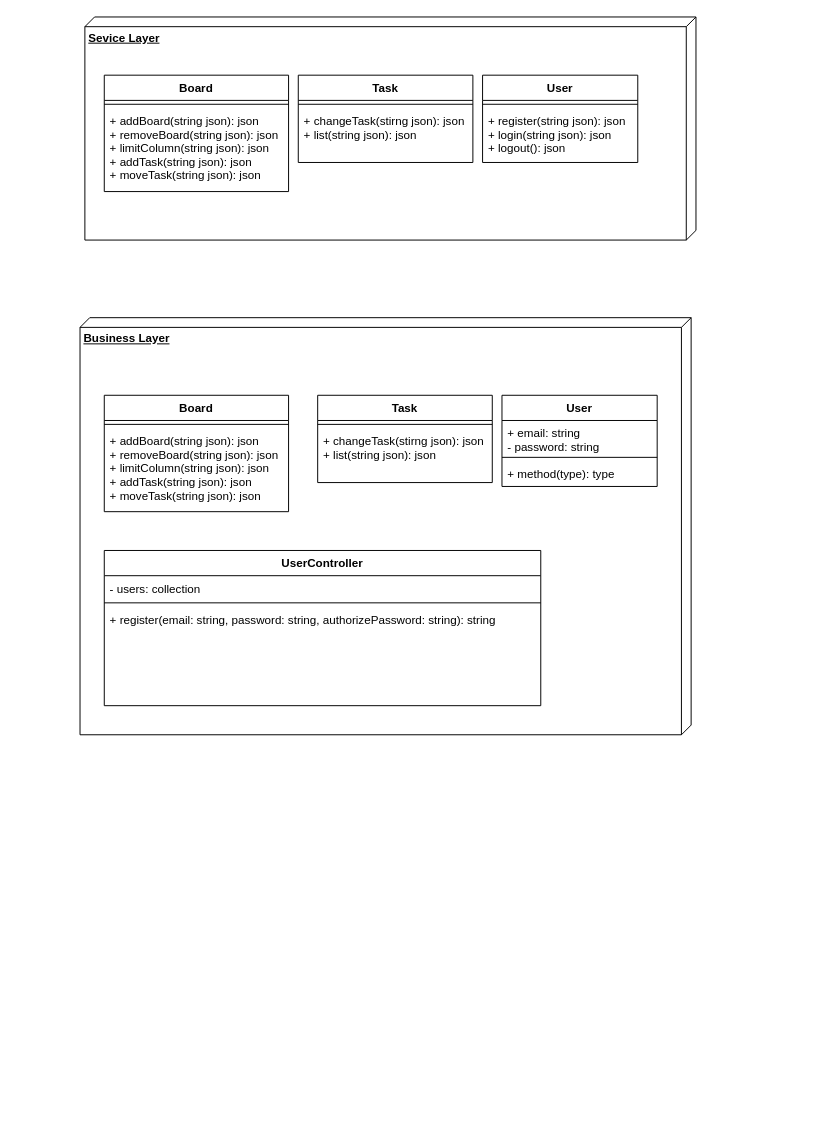
Earlier version of the draw.io diagram KanbanDesign1.drawio (danelboikis/KanbanSEAssignment). Source tidied: cells renumbered, new cells numbered last; positions are measured from the earlier drawing's top-left corner, leaving out a move shared by most shapes. Both pictures are drawn from the tidied source at 97%, with x=0, y=0 at pixel (80, 16).
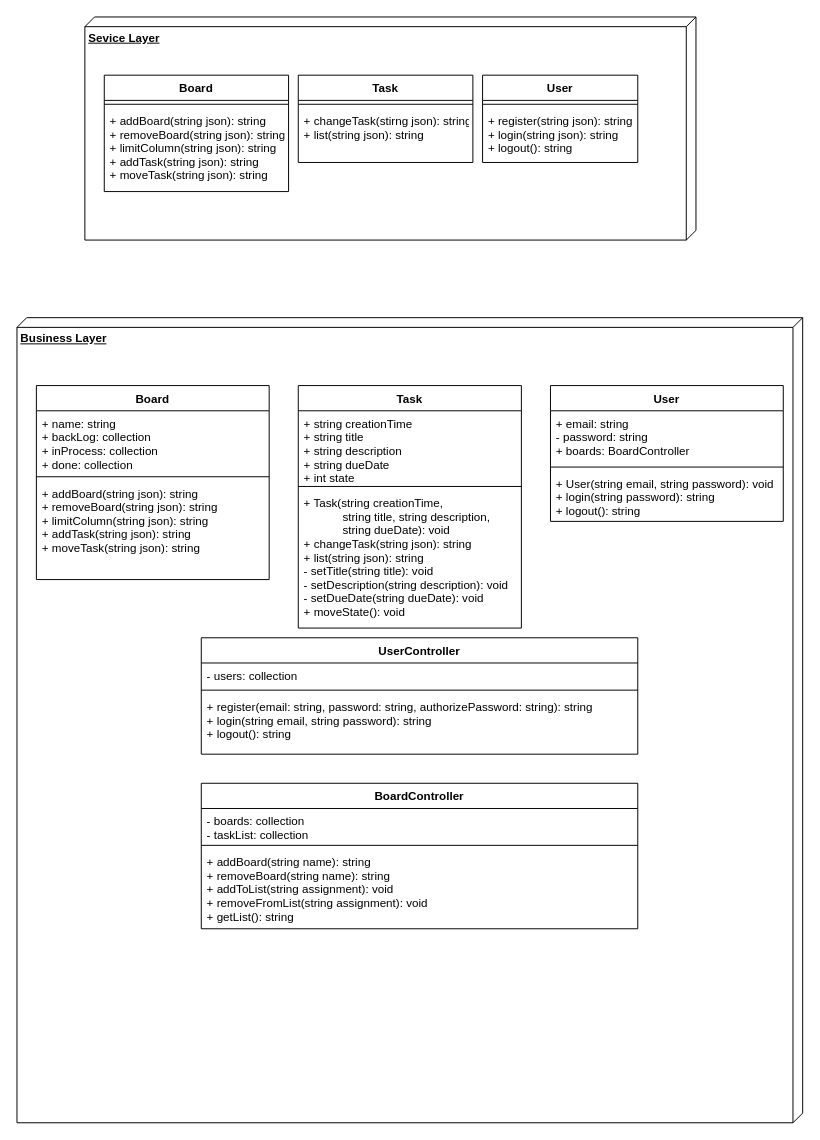
The same page after the edit.

The change refers to these unchanged cells:
```xml
<mxCell id="3" value="Board" style="swimlane;fontStyle=1;align=center;verticalAlign=top;horizontal=1;startSize=26;" parent="1" vertex="1">
  <mxGeometry x="25" y="60" width="190" height="120" as="geometry" />
</mxCell>
<mxCell id="6" value="Task" style="swimlane;fontStyle=1;align=center;verticalAlign=top;horizontal=1;startSize=26;" parent="1" vertex="1">
  <mxGeometry x="225" y="60" width="180" height="90" as="geometry" />
</mxCell>
<mxCell id="9" value="User" style="swimlane;fontStyle=1;align=center;verticalAlign=top;horizontal=1;startSize=26;" parent="1" vertex="1">
  <mxGeometry x="415" y="60" width="160" height="90" as="geometry" />
</mxCell>
```

What changed in the source:
```diff
@@
-    <mxCell id="5" value="+ addBoard(string json): json&#10;+ removeBoard(string json): json&#10;+ limitColumn(string json): json&#10;+ addTask(string json): json&#10;+ moveTask(string json): json" style="text;strokeColor=none;fillColor=none;align=left;verticalAlign=top;spacingLeft=4;spacingRight=4;overflow=hidden;" parent="3" vertex="1">
+    <mxCell id="5" value="+ addBoard(string json): string&#10;+ removeBoard(string json): string&#10;+ limitColumn(string json): string&#10;+ addTask(string json): string&#10;+ moveTask(string json): string" style="text;strokeColor=none;fillColor=none;align=left;verticalAlign=top;spacingLeft=4;spacingRight=4;overflow=hidden;" parent="3" vertex="1">
       <mxGeometry y="34" width="190" height="86" as="geometry" />
     </mxCell>
@@
-    <mxCell id="8" value="+ changeTask(stirng json): json&#10;+ list(string json): json&#10;" style="text;strokeColor=none;fillColor=none;align=left;verticalAlign=top;spacingLeft=4;spacingRight=4;overflow=hidden;" parent="6" vertex="1">
+    <mxCell id="8" value="+ changeTask(stirng json): string&#10;+ list(string json): string&#10;" style="text;strokeColor=none;fillColor=none;align=left;verticalAlign=top;spacingLeft=4;spacingRight=4;overflow=hidden;" parent="6" vertex="1">
       <mxGeometry y="34" width="180" height="56" as="geometry" />
     </mxCell>
@@
-    <mxCell id="11" value="+ register(string json): json&#10;+ login(string json): json&#10;+ logout(): json" style="text;strokeColor=none;fillColor=none;align=left;verticalAlign=top;spacingLeft=4;spacingRight=4;overflow=hidden;" parent="9" vertex="1">
+    <mxCell id="11" value="+ register(string json): string&#10;+ login(string json): string&#10;+ logout(): string" style="text;strokeColor=none;fillColor=none;align=left;verticalAlign=top;spacingLeft=4;spacingRight=4;overflow=hidden;" parent="9" vertex="1">
       <mxGeometry y="34" width="160" height="56" as="geometry" />
     </mxCell>
     <mxCell id="12" value="&lt;b&gt;Business Layer&lt;/b&gt;" style="verticalAlign=top;align=left;spacingTop=8;spacingLeft=2;spacingRight=12;shape=cube;size=10;direction=south;fontStyle=4;html=1;" parent="1" vertex="1">
-      <mxGeometry y="310" width="630" height="430" as="geometry" />
+      <mxGeometry x="-65" y="310" width="810" height="830" as="geometry" />
     </mxCell>
-    <mxCell id="13" value="Board" style="swimlane;fontStyle=1;align=center;verticalAlign=top;horizontal=1;startSize=26;" parent="1" vertex="1">
-      <mxGeometry x="25" y="390" width="190" height="120" as="geometry" />
-    </mxCell>
-    <mxCell id="14" style="line;strokeWidth=1;fillColor=none;align=left;verticalAlign=middle;spacingTop=-1;spacingLeft=3;spacingRight=3;labelPosition=right;" parent="13" vertex="1">
-      <mxGeometry y="26" width="190" height="8" as="geometry" />
-    </mxCell>
-    <mxCell id="15" value="+ addBoard(string json): json&#10;+ removeBoard(string json): json&#10;+ limitColumn(string json): json&#10;+ addTask(string json): json&#10;+ moveTask(string json): json" style="text;strokeColor=none;fillColor=none;align=left;verticalAlign=top;spacingLeft=4;spacingRight=4;overflow=hidden;" parent="13" vertex="1">
-      <mxGeometry y="34" width="190" height="86" as="geometry" />
-    </mxCell>
-    <mxCell id="16" value="Task" style="swimlane;fontStyle=1;align=center;verticalAlign=top;horizontal=1;startSize=26;" parent="1" vertex="1">
-      <mxGeometry x="245" y="390" width="180" height="90" as="geometry" />
-    </mxCell>
-    <mxCell id="17" style="line;strokeWidth=1;fillColor=none;align=left;verticalAlign=middle;spacingTop=-1;spacingLeft=3;spacingRight=3;labelPosition=right;" parent="16" vertex="1">
-      <mxGeometry y="26" width="180" height="8" as="geometry" />
-    </mxCell>
-    <mxCell id="18" value="+ changeTask(stirng json): json&#10;+ list(string json): json&#10;" style="text;strokeColor=none;fillColor=none;align=left;verticalAlign=top;spacingLeft=4;spacingRight=4;overflow=hidden;" parent="16" vertex="1">
-      <mxGeometry y="34" width="180" height="56" as="geometry" />
-    </mxCell>
     <mxCell id="19" value="UserController" style="swimlane;fontStyle=1;align=center;verticalAlign=top;horizontal=1;startSize=26;" parent="1" vertex="1">
-      <mxGeometry x="25" y="550" width="450" height="160" as="geometry" />
+      <mxGeometry x="125" y="640" width="450" height="120" as="geometry" />
     </mxCell>
@@
-    <mxCell id="22" value="+ register(email: string, password: string, authorizePassword: string): string&#10;" style="text;strokeColor=none;fillColor=none;align=left;verticalAlign=top;spacingLeft=4;spacingRight=4;overflow=hidden;" parent="19" vertex="1">
-      <mxGeometry y="58" width="450" height="102" as="geometry" />
+    <mxCell id="22" value="+ register(email: string, password: string, authorizePassword: string): string&#10;+ login(string email, string password): string&#10;+ logout(): string" style="text;strokeColor=none;fillColor=none;align=left;verticalAlign=top;spacingLeft=4;spacingRight=4;overflow=hidden;" parent="19" vertex="1">
+      <mxGeometry y="58" width="450" height="62" as="geometry" />
     </mxCell>
     <mxCell id="23" value="User" style="swimlane;fontStyle=1;align=center;verticalAlign=top;horizontal=1;startSize=26;" parent="1" vertex="1">
-      <mxGeometry x="435" y="390" width="160" height="94" as="geometry" />
+      <mxGeometry x="485" y="380" width="240" height="140" as="geometry" />
     </mxCell>
-    <mxCell id="24" value="+ email: string&#10;- password: string" style="text;strokeColor=none;fillColor=none;align=left;verticalAlign=top;spacingLeft=4;spacingRight=4;overflow=hidden;" parent="23" vertex="1">
-      <mxGeometry y="26" width="160" height="34" as="geometry" />
+    <mxCell id="24" value="+ email: string&#10;- password: string&#10;+ boards: BoardController" style="text;strokeColor=none;fillColor=none;align=left;verticalAlign=top;spacingLeft=4;spacingRight=4;overflow=hidden;" parent="23" vertex="1">
+      <mxGeometry y="26" width="240" height="54" as="geometry" />
     </mxCell>
     <mxCell id="25" style="line;strokeWidth=1;fillColor=none;align=left;verticalAlign=middle;spacingTop=-1;spacingLeft=3;spacingRight=3;labelPosition=right;" parent="23" vertex="1">
-      <mxGeometry y="60" width="160" height="8" as="geometry" />
+      <mxGeometry y="80" width="240" height="8" as="geometry" />
     </mxCell>
-    <mxCell id="26" value="+ method(type): type" style="text;strokeColor=none;fillColor=none;align=left;verticalAlign=top;spacingLeft=4;spacingRight=4;overflow=hidden;" parent="23" vertex="1">
-      <mxGeometry y="68" width="160" height="26" as="geometry" />
+    <mxCell id="26" value="+ User(string email, string password): void&#10;+ login(string password): string&#10;+ logout(): string&#10;" style="text;strokeColor=none;fillColor=none;align=left;verticalAlign=top;spacingLeft=4;spacingRight=4;overflow=hidden;" parent="23" vertex="1">
+      <mxGeometry y="88" width="240" height="52" as="geometry" />
     </mxCell>
+    <mxCell id="16" value="Task" style="swimlane;fontStyle=1;align=center;verticalAlign=top;horizontal=1;startSize=26;" parent="1" vertex="1">
+      <mxGeometry x="225" y="380" width="230" height="250" as="geometry" />
+    </mxCell>
+    <mxCell id="27" value="+ string creationTime&#10;+ string title&#10;+ string description&#10;+ string dueDate&#10;+ int state" style="text;strokeColor=none;fillColor=none;align=left;verticalAlign=top;spacingLeft=4;spacingRight=4;overflow=hidden;" parent="16" vertex="1">
+      <mxGeometry y="26" width="230" height="74" as="geometry" />
+    </mxCell>
+    <mxCell id="28" style="line;strokeWidth=1;fillColor=none;align=left;verticalAlign=middle;spacingTop=-1;spacingLeft=3;spacingRight=3;labelPosition=right;" parent="16" vertex="1">
+      <mxGeometry y="100" width="230" height="8" as="geometry" />
+    </mxCell>
+    <mxCell id="29" value="+ Task(string creationTime, &#10;            string title, string description,&#10;            string dueDate): void&#10;+ changeTask(string json): string&#10;+ list(string json): string&#10;- setTitle(string title): void&#10;- setDescription(string description): void&#10;- setDueDate(string dueDate): void&#10;+ moveState(): void" style="text;strokeColor=none;fillColor=none;align=left;verticalAlign=top;spacingLeft=4;spacingRight=4;overflow=hidden;" parent="16" vertex="1">
+      <mxGeometry y="108" width="230" height="142" as="geometry" />
+    </mxCell>
+    <mxCell id="13" value="Board" style="swimlane;fontStyle=1;align=center;verticalAlign=top;horizontal=1;startSize=26;" parent="1" vertex="1">
+      <mxGeometry x="-45" y="380" width="240" height="200" as="geometry" />
+    </mxCell>
+    <mxCell id="30" value="+ name: string&#10;+ backLog: collection&#10;+ inProcess: collection&#10;+ done: collection" style="text;strokeColor=none;fillColor=none;align=left;verticalAlign=top;spacingLeft=4;spacingRight=4;overflow=hidden;" parent="13" vertex="1">
+      <mxGeometry y="26" width="240" height="64" as="geometry" />
+    </mxCell>
+    <mxCell id="31" style="line;strokeWidth=1;fillColor=none;align=left;verticalAlign=middle;spacingTop=-1;spacingLeft=3;spacingRight=3;labelPosition=right;" parent="13" vertex="1">
+      <mxGeometry y="90" width="240" height="8" as="geometry" />
+    </mxCell>
+    <mxCell id="32" value="+ addBoard(string json): string&#10;+ removeBoard(string json): string&#10;+ limitColumn(string json): string&#10;+ addTask(string json): string&#10;+ moveTask(string json): string" style="text;strokeColor=none;fillColor=none;align=left;verticalAlign=top;spacingLeft=4;spacingRight=4;overflow=hidden;" parent="13" vertex="1">
+      <mxGeometry y="98" width="240" height="102" as="geometry" />
+    </mxCell>
+    <mxCell id="33" value="BoardController" style="swimlane;fontStyle=1;align=center;verticalAlign=top;horizontal=1;startSize=26;" parent="1" vertex="1">
+      <mxGeometry x="125" y="790" width="450" height="150" as="geometry" />
+    </mxCell>
+    <mxCell id="34" value="- boards: collection&#10;- taskList: collection" style="text;strokeColor=none;fillColor=none;align=left;verticalAlign=top;spacingLeft=4;spacingRight=4;overflow=hidden;" parent="33" vertex="1">
+      <mxGeometry y="26" width="450" height="34" as="geometry" />
+    </mxCell>
+    <mxCell id="35" style="line;strokeWidth=1;fillColor=none;align=left;verticalAlign=middle;spacingTop=-1;spacingLeft=3;spacingRight=3;labelPosition=right;" parent="33" vertex="1">
+      <mxGeometry y="60" width="450" height="8" as="geometry" />
+    </mxCell>
+    <mxCell id="36" value="+ addBoard(string name): string&#10;+ removeBoard(string name): string&#10;+ addToList(string assignment): void&#10;+ removeFromList(string assignment): void&#10;+ getList(): string&#10;" style="text;strokeColor=none;fillColor=none;align=left;verticalAlign=top;spacingLeft=4;spacingRight=4;overflow=hidden;" parent="33" vertex="1">
+      <mxGeometry y="68" width="450" height="82" as="geometry" />
+    </mxCell>
```
